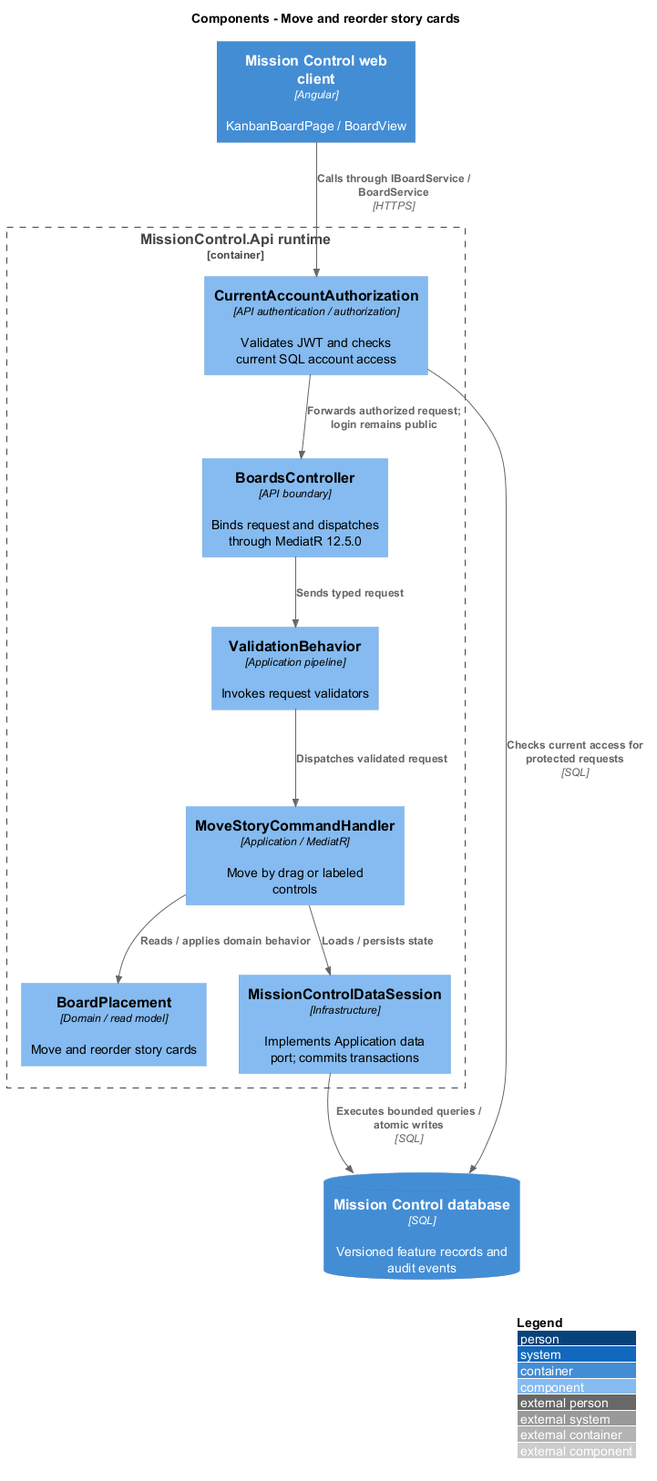
Earlier version of the PlantUML export docs/detailed-designs/kanban/move-story-cards/diagrams/c4-component.png (QuinntyneBrown/mission-control).
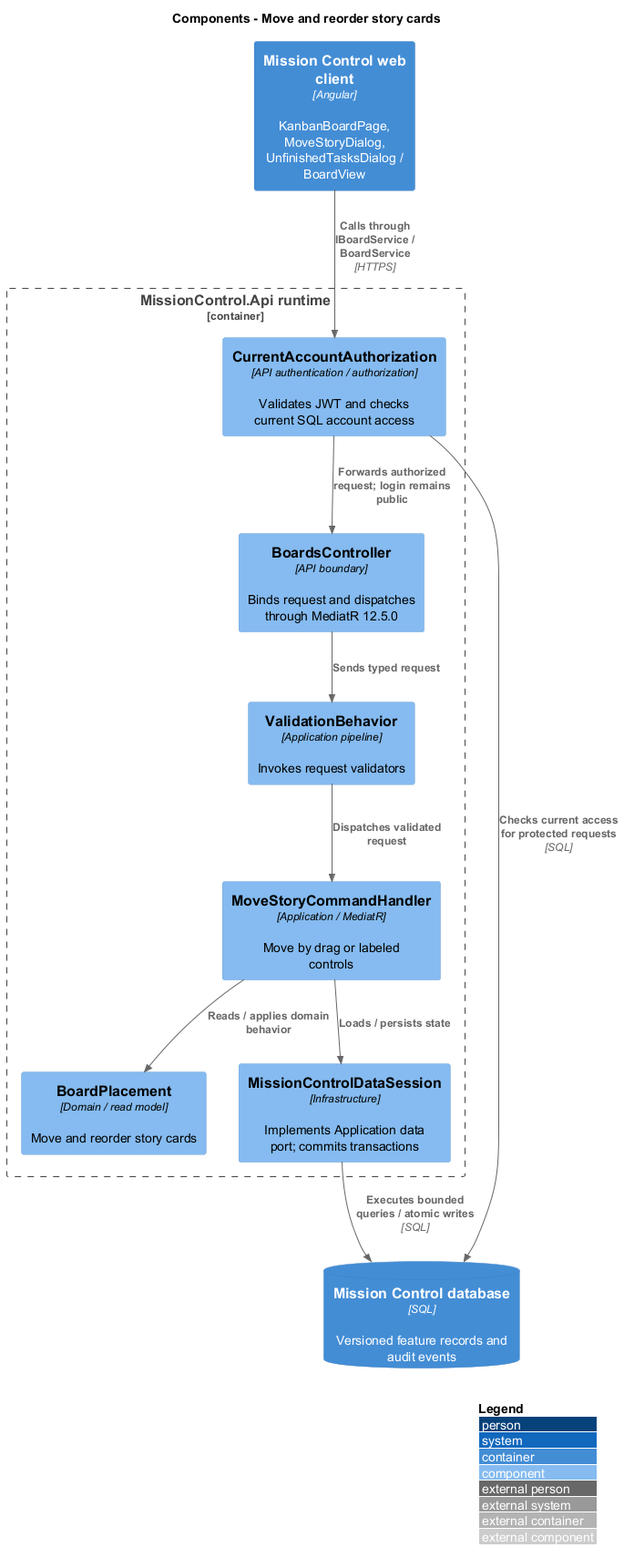
Above is the later version.

The edit, as a diff of the source:
```diff
@@ -2,7 +2,7 @@
 !include <C4/C4_Component>
 LAYOUT_WITH_LEGEND()
 title Components - Move and reorder story cards
-Container(web, "Mission Control web client", "Angular", "KanbanBoardPage / BoardView")
+Container(web, "Mission Control web client", "Angular", "KanbanBoardPage, MoveStoryDialog, UnfinishedTasksDialog / BoardView")
 ContainerDb(db, "Mission Control database", "SQL", "Versioned feature records and audit events")
 Container_Boundary(api, "MissionControl.Api runtime") {
   Component(ctrl, "BoardsController", "API boundary", "Binds request and dispatches through MediatR 12.5.0")
```
